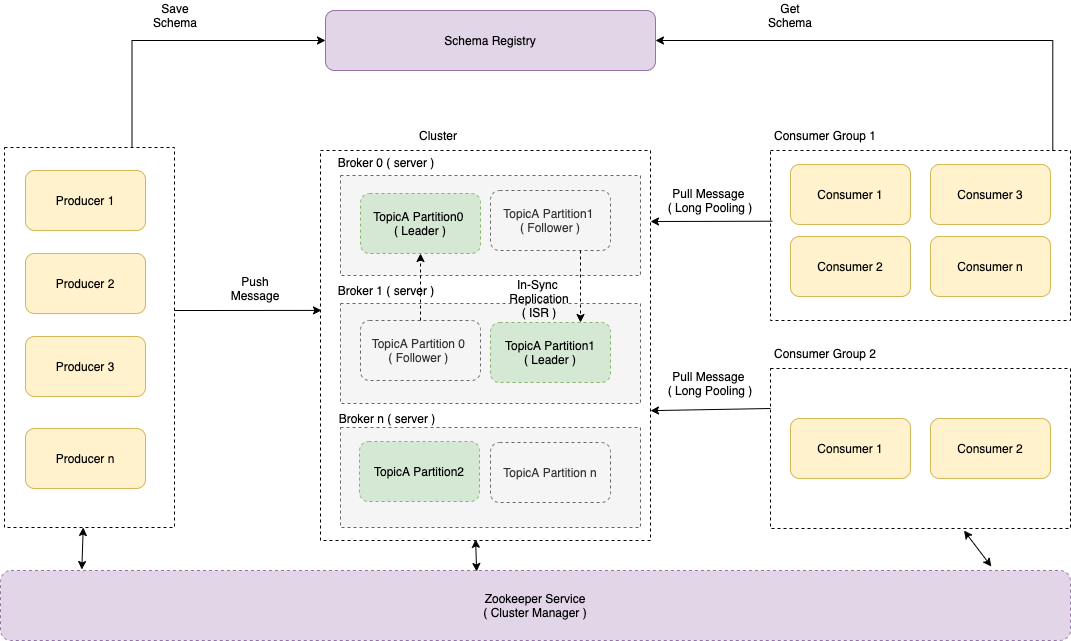
Anshul619/HLD-System-Designs keeps this draw.io diagram as 5_MessageBrokers/Kafka/assets/Kafka-Architecture.drawio.png. Above is the earlier version. Source tidied: cells renumbered, new cells last; positions are measured from the earlier drawing's top-left corner, leaving out a move shared by most shapes.
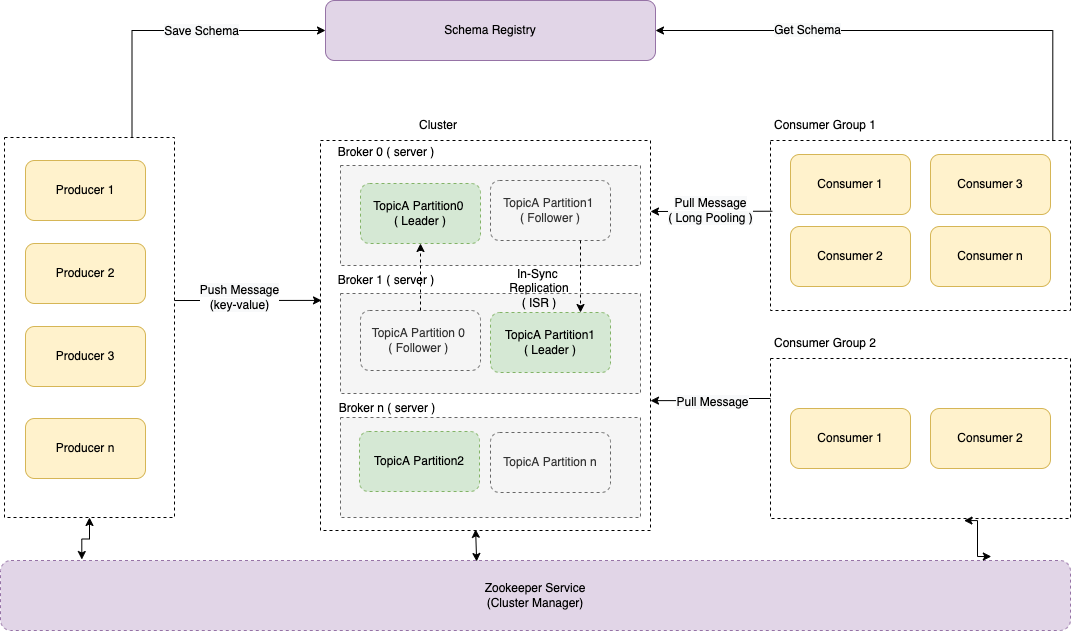
The same file after the commit.

What changed in the source:
```diff
@@ -26,9 +26,9 @@
     <mxCell id="9" style="endArrow=classic;html=1;rounded=0;exitX=1;exitY=0.429;exitDx=0;exitDy=0;exitPerimeter=0;entryX=0.003;entryY=0.41;entryDx=0;entryDy=0;entryPerimeter=0;" parent="1" edge="1" source="2" target="4">
       <mxGeometry relative="1" as="geometry" />
     </mxCell>
-    <mxCell id="10" value="Push Message" style="text;html=1;strokeColor=none;fillColor=none;align=center;verticalAlign=middle;whiteSpace=wrap;rounded=0;dashed=1;" parent="1" vertex="1">
-      <mxGeometry x="225" y="273" width="60" height="30" as="geometry" />
-    </mxCell>
+    <mxCell id="49" value="&lt;span style=&quot;font-size: 12px; background-color: rgb(248, 249, 250);&quot;&gt;Push Message&lt;/span&gt;&lt;br style=&quot;font-size: 12px; background-color: rgb(248, 249, 250);&quot;&gt;&lt;span style=&quot;font-size: 12px; background-color: rgb(248, 249, 250);&quot;&gt;(key-value)&lt;/span&gt;" style="edgeLabel;html=1;align=center;verticalAlign=middle;" parent="9" vertex="1">
+      <mxGeometry x="-0.12" y="3" relative="1" as="geometry" />
+    </mxCell>
     <mxCell id="11" value="TopicA Partition0 &lt;br&gt;( Leader )" style="rounded=1;whiteSpace=wrap;html=1;dashed=1;fillColor=#d5e8d4;strokeColor=#82b366;" parent="1" vertex="1">
       <mxGeometry x="360" y="193" width="120" height="60" as="geometry" />
     </mxCell>
@@ -85,10 +85,12 @@
         <mxPoint x="650" y="221" as="targetPoint" />
       </mxGeometry>
     </mxCell>
-    <mxCell id="29" value="Pull Message &lt;br&gt;( Long Pooling )" style="text;html=1;strokeColor=none;fillColor=none;align=center;verticalAlign=middle;whiteSpace=wrap;rounded=0;dashed=1;" parent="1" vertex="1">
-      <mxGeometry x="660" y="185" width="100" height="30" as="geometry" />
-    </mxCell>
+    <mxCell id="50" value="&lt;span style=&quot;font-size: 12px; background-color: rgb(248, 249, 250);&quot;&gt;Pull Message&lt;/span&gt;&lt;br style=&quot;font-size: 12px; background-color: rgb(248, 249, 250);&quot;&gt;&lt;span style=&quot;font-size: 12px; background-color: rgb(248, 249, 250);&quot;&gt;( Long Pooling )&lt;/span&gt;" style="edgeLabel;html=1;align=center;verticalAlign=middle;" parent="28" vertex="1">
+      <mxGeometry x="0.28" y="-2" relative="1" as="geometry">
+        <mxPoint x="16" y="1" as="offset" />
+      </mxGeometry>
+    </mxCell>
-    <mxCell id="30" value="Zookeeper Service&lt;br&gt;( Cluster Manager )" style="rounded=1;whiteSpace=wrap;html=1;dashed=1;labelBackgroundColor=none;fillColor=#e1d5e7;strokeColor=#9673a6;" parent="1" vertex="1">
+    <mxCell id="30" value="Zookeeper Service&lt;br&gt;(Cluster Manager)" style="rounded=1;whiteSpace=wrap;html=1;dashed=1;labelBackgroundColor=none;fillColor=#e1d5e7;strokeColor=#9673a6;" parent="1" vertex="1">
       <mxGeometry y="570" width="1070" height="70" as="geometry" />
     </mxCell>
     <mxCell id="31" style="endArrow=classic;startArrow=classic;html=1;rounded=0;exitX=0.445;exitY=0.014;exitDx=0;exitDy=0;entryX=0.47;entryY=0.997;entryDx=0;entryDy=0;entryPerimeter=0;exitPerimeter=0;" parent="1" edge="1" source="30" target="4">
@@ -118,32 +120,36 @@
     <mxCell id="39" value="Consumer Group 2" style="text;html=1;strokeColor=none;fillColor=none;align=center;verticalAlign=middle;whiteSpace=wrap;rounded=0;dashed=1;labelBackgroundColor=none;" parent="1" vertex="1">
       <mxGeometry x="750" y="338" width="150" height="30" as="geometry" />
     </mxCell>
-    <mxCell id="40" style="endArrow=classic;html=1;rounded=0;exitX=0;exitY=0.25;exitDx=0;exitDy=0;entryX=1;entryY=0.667;entryDx=0;entryDy=0;entryPerimeter=0;" parent="1" edge="1" source="36" target="4">
+    <mxCell id="40" style="endArrow=classic;html=1;rounded=0;exitX=0;exitY=0.25;exitDx=0;exitDy=0;entryX=1;entryY=0.667;entryDx=0;entryDy=0;entryPerimeter=0;edgeStyle=orthogonalEdgeStyle;" parent="1" edge="1" source="36" target="4">
       <mxGeometry relative="1" as="geometry" />
     </mxCell>
+    <mxCell id="51" value="&lt;span style=&quot;font-size: 12px; background-color: rgb(248, 249, 250);&quot;&gt;Pull Message&lt;/span&gt;" style="edgeLabel;html=1;align=center;verticalAlign=middle;" parent="40" vertex="1">
+      <mxGeometry x="0.18" y="1" relative="1" as="geometry">
+        <mxPoint x="11" as="offset" />
+      </mxGeometry>
+    </mxCell>
     <mxCell id="41" value="Schema Registry" style="rounded=1;whiteSpace=wrap;html=1;fillColor=#e1d5e7;strokeColor=#9673a6;" parent="1" vertex="1">
       <mxGeometry x="325" y="10" width="330" height="60" as="geometry" />
     </mxCell>
     <mxCell id="42" style="endArrow=classic;html=1;rounded=0;exitX=0.75;exitY=0;exitDx=0;exitDy=0;entryX=0;entryY=0.5;entryDx=0;entryDy=0;edgeStyle=orthogonalEdgeStyle;" parent="1" edge="1" source="2" target="41">
       <mxGeometry relative="1" as="geometry" />
     </mxCell>
-    <mxCell id="43" value="Save Schema" style="text;html=1;strokeColor=none;fillColor=none;align=center;verticalAlign=middle;whiteSpace=wrap;rounded=0;" parent="1" vertex="1">
-      <mxGeometry x="145" width="60" height="30" as="geometry" />
+    <mxCell id="43" value="&lt;span style=&quot;font-size: 12px; background-color: rgb(248, 249, 250);&quot;&gt;Save Schema&lt;/span&gt;" style="edgeLabel;html=1;align=center;verticalAlign=middle;" parent="42" vertex="1">
+      <mxGeometry x="0.03" y="-2" relative="1" as="geometry">
+        <mxPoint x="21" y="-2" as="offset" />
+      </mxGeometry>
     </mxCell>
     <mxCell id="44" style="endArrow=classic;html=1;rounded=0;exitX=0.941;exitY=0.003;exitDx=0;exitDy=0;entryX=1;entryY=0.5;entryDx=0;entryDy=0;edgeStyle=orthogonalEdgeStyle;exitPerimeter=0;" parent="1" edge="1" source="23" target="41">
       <mxGeometry relative="1" as="geometry" />
     </mxCell>
-    <mxCell id="45" value="Get Schema" style="text;html=1;strokeColor=none;fillColor=none;align=center;verticalAlign=middle;whiteSpace=wrap;rounded=0;" parent="1" vertex="1">
-      <mxGeometry x="760" width="60" height="30" as="geometry" />
+    <mxCell id="45" value="&lt;span style=&quot;font-size: 12px; background-color: rgb(248, 249, 250);&quot;&gt;Get Schema&lt;/span&gt;" style="edgeLabel;html=1;align=center;verticalAlign=middle;" parent="44" vertex="1">
+      <mxGeometry x="0.4" y="-1" relative="1" as="geometry" />
     </mxCell>
-    <mxCell id="46" style="endArrow=classic;startArrow=classic;html=1;rounded=0;exitX=0.076;exitY=-0.014;exitDx=0;exitDy=0;exitPerimeter=0;" parent="1" edge="1" source="30" target="2">
+    <mxCell id="46" style="endArrow=classic;startArrow=classic;html=1;rounded=0;exitX=0.076;exitY=-0.014;exitDx=0;exitDy=0;exitPerimeter=0;edgeStyle=orthogonalEdgeStyle;" parent="1" edge="1" source="30" target="2">
       <mxGeometry relative="1" as="geometry" />
     </mxCell>
-    <mxCell id="47" style="endArrow=classic;startArrow=classic;html=1;rounded=0;exitX=0.926;exitY=-0.057;exitDx=0;exitDy=0;exitPerimeter=0;entryX=0.645;entryY=1.013;entryDx=0;entryDy=0;entryPerimeter=0;" parent="1" edge="1" source="30" target="36">
+    <mxCell id="47" style="endArrow=classic;startArrow=classic;html=1;rounded=0;exitX=0.926;exitY=-0.057;exitDx=0;exitDy=0;exitPerimeter=0;entryX=0.645;entryY=1.013;entryDx=0;entryDy=0;entryPerimeter=0;edgeStyle=elbowEdgeStyle;" parent="1" edge="1" source="30" target="36">
       <mxGeometry relative="1" as="geometry" />
     </mxCell>
-    <mxCell id="48" value="Pull Message &lt;br&gt;( Long Pooling )" style="text;html=1;strokeColor=none;fillColor=none;align=center;verticalAlign=middle;whiteSpace=wrap;rounded=0;dashed=1;" parent="1" vertex="1">
-      <mxGeometry x="660" y="368" width="100" height="30" as="geometry" />
-    </mxCell>
   </root>
 </mxGraphModel>
```
